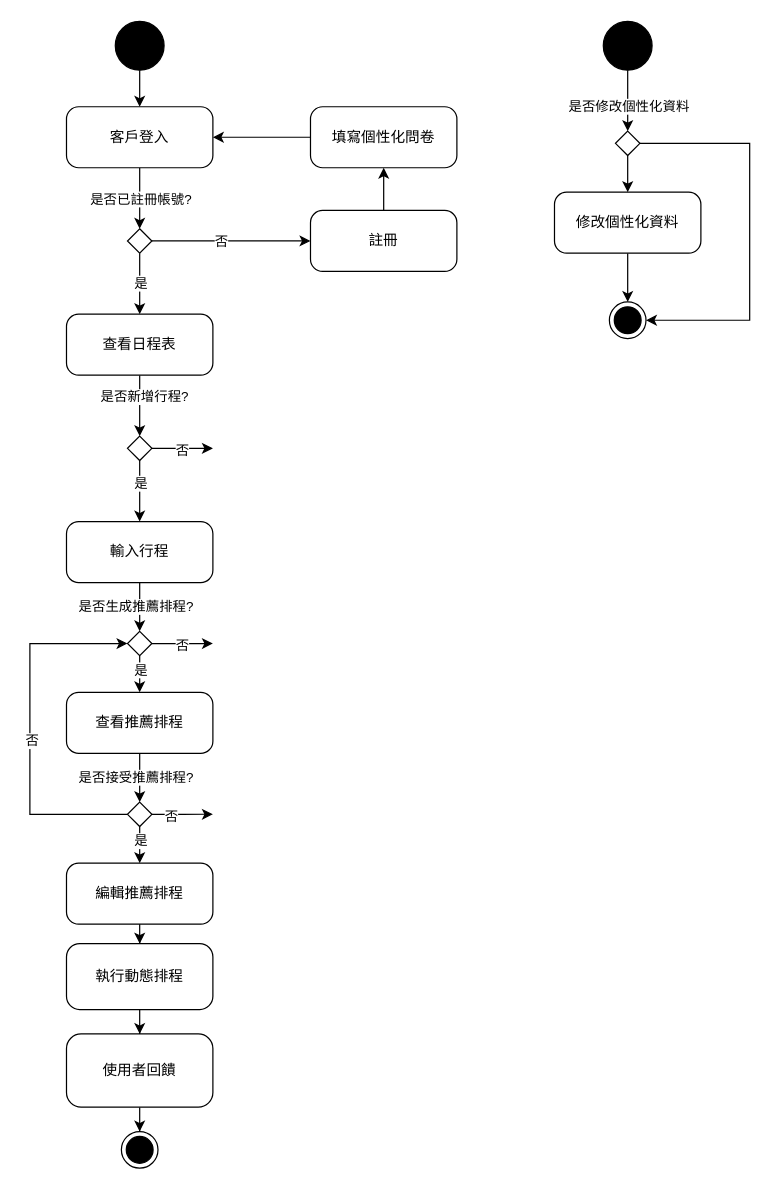
Earlier version of the draw.io diagram 活動圖.drawio (Kevincheng0804/Graduation-Topic). Source tidied: cells renumbered, new cells numbered last; positions are measured from the earlier drawing's top-left corner, leaving out a move shared by most shapes. Both pictures are drawn from the tidied source at 122%, with x=0, y=0 at pixel (29, 21).
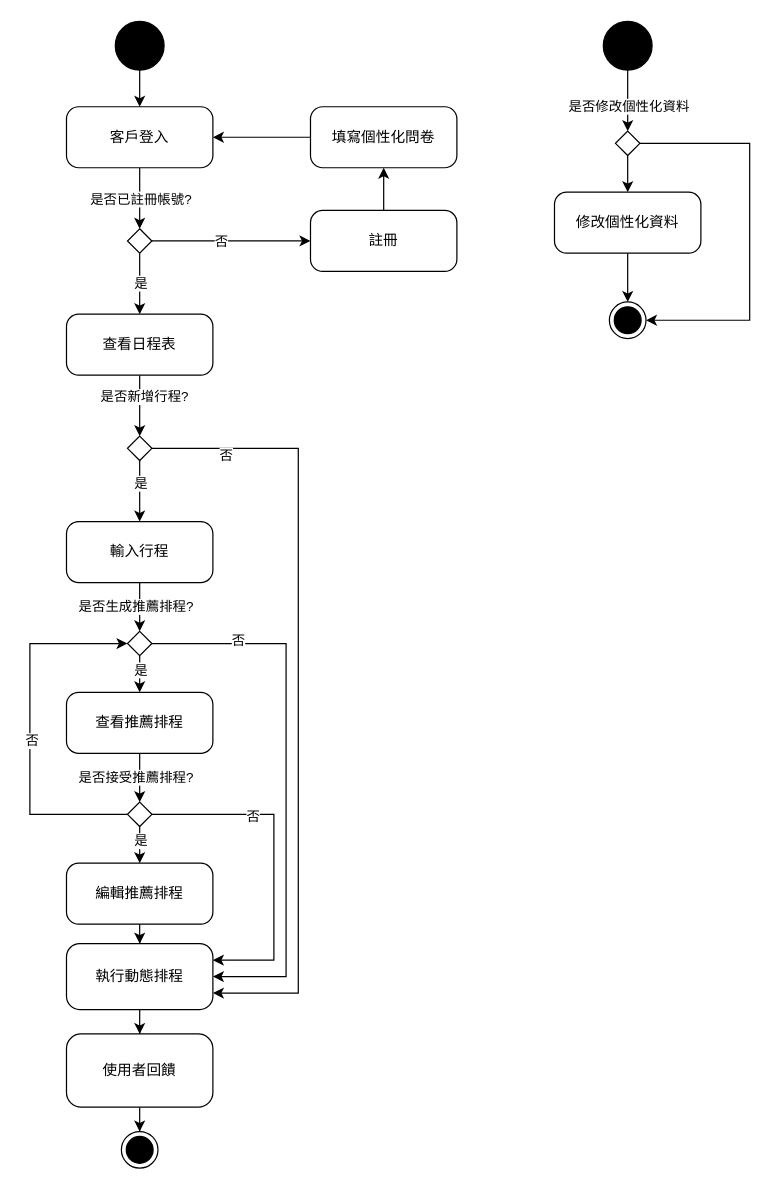
Above is the later version.

Commit message (it also covers changes not shown here):
更新活動圖.drawio

The change refers to these unchanged cells:
```xml
<mxCell id="21" style="rhombus;" parent="1" vertex="1">
  <mxGeometry x="80" y="340" width="20" height="20" as="geometry" />
</mxCell>
<mxCell id="30" style="rhombus;" parent="1" vertex="1">
  <mxGeometry x="80" y="500" width="20" height="20" as="geometry" />
</mxCell>
<mxCell id="39" style="rhombus;" parent="1" vertex="1">
  <mxGeometry x="80" y="640" width="20" height="20" as="geometry" />
</mxCell>
<mxCell id="43" value="執行動態排程" style="whiteSpace=wrap;html=1;dashed=0;rounded=1;arcSize=20;" parent="1" vertex="1">
  <mxGeometry x="30" y="756" width="120" height="54" as="geometry" />
</mxCell>
```

Change to the diagram source:
```diff
@@
-    <mxCell id="19" style="edgeStyle=orthogonalEdgeStyle;rounded=0;jettySize=auto;html=1;exitX=1;exitY=0.5;exitDx=0;exitDy=0;" parent="1" edge="1" source="21">
+    <mxCell id="19" style="edgeStyle=orthogonalEdgeStyle;rounded=0;jettySize=auto;html=1;exitX=1;exitY=0.5;exitDx=0;exitDy=0;entryX=1;entryY=0.75;entryDx=0;entryDy=0;" parent="1" edge="1" source="21" target="43">
       <mxGeometry relative="1" as="geometry">
-        <mxPoint x="150" y="350" as="targetPoint" />
+        <Array as="points">
+          <mxPoint x="220" y="350" />
+          <mxPoint x="220" y="797" />
+          <mxPoint x="150" y="797" />
+        </Array>
       </mxGeometry>
     </mxCell>
     <mxCell id="20" value="否" style="edgeLabel;html=1;align=center;verticalAlign=middle;" parent="19" vertex="1">
-      <mxGeometry x="-0.06" y="-1" relative="1" as="geometry" />
+      <mxGeometry x="-0.06" y="-1" relative="1" as="geometry">
+        <mxPoint x="-59" y="-174" as="offset" />
+      </mxGeometry>
     </mxCell>
@@
-    <mxCell id="28" style="edgeStyle=orthogonalEdgeStyle;rounded=0;jettySize=auto;html=1;exitX=1;exitY=0.5;exitDx=0;exitDy=0;" parent="1" edge="1" source="30">
+    <mxCell id="28" style="edgeStyle=orthogonalEdgeStyle;rounded=0;jettySize=auto;html=1;exitX=1;exitY=0.5;exitDx=0;exitDy=0;entryX=1;entryY=0.5;entryDx=0;entryDy=0;" parent="1" edge="1" source="30" target="43">
       <mxGeometry relative="1" as="geometry">
-        <mxPoint x="150" y="510" as="targetPoint" />
+        <Array as="points">
+          <mxPoint x="210" y="510" />
+          <mxPoint x="210" y="783" />
+        </Array>
       </mxGeometry>
     </mxCell>
     <mxCell id="29" value="否" style="edgeLabel;html=1;align=center;verticalAlign=middle;" parent="28" vertex="1">
-      <mxGeometry x="-0.06" y="-1" relative="1" as="geometry" />
+      <mxGeometry x="-0.06" y="-1" relative="1" as="geometry">
+        <mxPoint x="-39" y="-101" as="offset" />
+      </mxGeometry>
     </mxCell>
@@
-    <mxCell id="37" style="edgeStyle=orthogonalEdgeStyle;rounded=0;jettySize=auto;html=1;exitX=1;exitY=0.5;exitDx=0;exitDy=0;" parent="1" edge="1" source="39">
+    <mxCell id="37" style="edgeStyle=orthogonalEdgeStyle;rounded=0;jettySize=auto;html=1;exitX=1;exitY=0.5;exitDx=0;exitDy=0;entryX=1;entryY=0.25;entryDx=0;entryDy=0;" parent="1" edge="1" source="39" target="43">
       <mxGeometry relative="1" as="geometry">
-        <mxPoint x="150" y="649.9" as="targetPoint" />
+        <Array as="points">
+          <mxPoint x="200" y="650" />
+          <mxPoint x="200" y="770" />
+        </Array>
       </mxGeometry>
     </mxCell>
```
